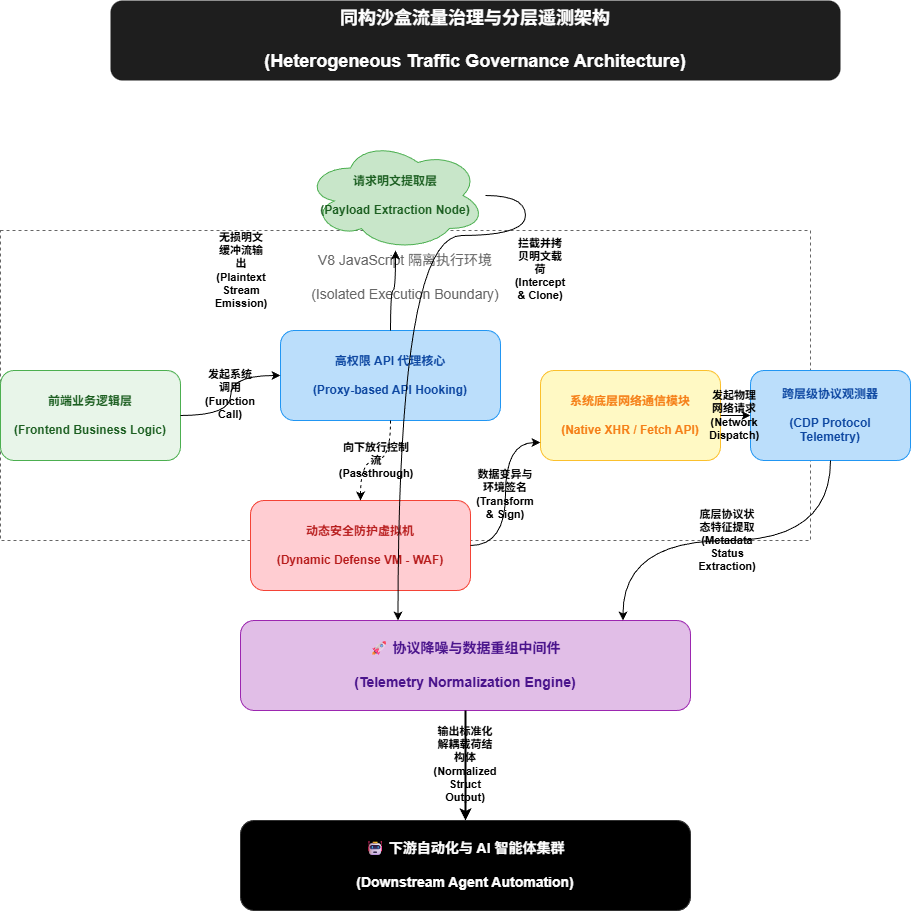
Earlier version of the draw.io export architecture_diagram_cn.png (xuange520/ruishu-mcp). Source tidied: cells renumbered, new cells last; positions are measured from the earlier drawing's top-left corner, leaving out a move shared by most shapes. Source of this version:
```xml
<mxGraphModel>
  <root>
    <mxCell id="0" />
    <mxCell id="1" parent="0" />
    <mxCell id="2" value="同构沙盒流量治理与分层遥测架构&lt;br&gt;&lt;br&gt;(Heterogeneous Traffic Governance Architecture)" style="rounded=1;fillColor=#1e1e1e;strokeColor=none;fontColor=#ffffff;fontSize=18;fontStyle=1;html=1;whiteSpace=wrap;spacing=10;labelBackgroundColor=none;" parent="1" vertex="1">
      <mxGeometry x="110" width="730" height="80" as="geometry" />
    </mxCell>
    <mxCell id="3" value="V8 JavaScript 隔离执行环境&lt;br&gt;&lt;br&gt;(Isolated Execution Boundary)" style="rounded=0;fillColor=none;strokeColor=#666666;dashed=1;fontSize=14;verticalAlign=top;spacingTop=15;fontColor=#666666;html=1;whiteSpace=wrap;labelBackgroundColor=none;" parent="1" vertex="1">
      <mxGeometry y="230" width="810" height="310" as="geometry" />
    </mxCell>
    <mxCell id="4" value="前端业务逻辑层&lt;br&gt;&lt;br&gt;(Frontend Business Logic)" style="rounded=1;fillColor=#E8F5E9;strokeColor=#4CAF50;fontColor=#1B5E20;fontStyle=1;html=1;whiteSpace=wrap;spacing=10;labelBackgroundColor=none;" parent="1" vertex="1">
      <mxGeometry y="370" width="180" height="90" as="geometry" />
    </mxCell>
    <mxCell id="5" value="高权限 API 代理核心&lt;br&gt;&lt;br&gt;(Proxy-based API Hooking)" style="rounded=1;fillColor=#BBDEFB;strokeColor=#2196F3;fontColor=#0D47A1;fontStyle=1;html=1;whiteSpace=wrap;spacing=10;labelBackgroundColor=none;" parent="1" vertex="1">
      <mxGeometry x="280" y="330" width="220" height="90" as="geometry" />
    </mxCell>
    <mxCell id="6" value="请求明文提取层&lt;br&gt;&lt;br&gt;(Payload Extraction Node)" style="ellipse;shape=cloud;fillColor=#C8E6C9;strokeColor=#4CAF50;fontColor=#1B5E20;fontStyle=1;html=1;whiteSpace=wrap;spacing=10;labelBackgroundColor=none;" parent="1" vertex="1">
      <mxGeometry x="305" y="140" width="180" height="110" as="geometry" />
    </mxCell>
    <mxCell id="7" value="动态安全防护虚拟机&lt;br&gt;&lt;br&gt;(Dynamic Defense VM - WAF)" style="rounded=1;fillColor=#FFCDD2;strokeColor=#F44336;fontColor=#B71C1C;fontStyle=1;html=1;whiteSpace=wrap;spacing=10;labelBackgroundColor=none;" parent="1" vertex="1">
      <mxGeometry x="250" y="500" width="220" height="90" as="geometry" />
    </mxCell>
    <mxCell id="8" value="系统底层网络通信模块&lt;br&gt;&lt;br&gt;(Native XHR / Fetch API)" style="rounded=1;fillColor=#FFF9C4;strokeColor=#FBC02D;fontColor=#F57F17;fontStyle=1;html=1;whiteSpace=wrap;spacing=10;labelBackgroundColor=none;" parent="1" vertex="1">
      <mxGeometry x="540" y="370" width="180" height="90" as="geometry" />
    </mxCell>
    <mxCell id="9" value="跨层级协议观测器&lt;br&gt;&lt;br&gt;(CDP Protocol Telemetry)" style="rounded=1;fillColor=#BBDEFB;strokeColor=#2196F3;fontColor=#0D47A1;fontStyle=1;html=1;whiteSpace=wrap;spacing=10;labelBackgroundColor=none;" parent="1" vertex="1">
      <mxGeometry x="750" y="370" width="160" height="90" as="geometry" />
    </mxCell>
    <mxCell id="10" value="🚀 协议降噪与数据重组中间件&lt;br&gt;&lt;br&gt;(Telemetry Normalization Engine)" style="rounded=1;fillColor=#E1BEE7;strokeColor=#9C27B0;fontColor=#4A148C;fontSize=14;fontStyle=1;html=1;whiteSpace=wrap;spacing=10;labelBackgroundColor=none;" parent="1" vertex="1">
      <mxGeometry x="240" y="620" width="450" height="90" as="geometry" />
    </mxCell>
    <mxCell id="11" value="🤖 下游自动化与 AI 智能体集群&lt;br&gt;&lt;br&gt;(Downstream Agent Automation)" style="rounded=1;fillColor=#000000;strokeColor=#333333;fontColor=#FFFFFF;fontSize=14;fontStyle=1;html=1;whiteSpace=wrap;spacing=10;labelBackgroundColor=none;" parent="1" vertex="1">
      <mxGeometry x="240" y="820" width="450" height="90" as="geometry" />
    </mxCell>
    <mxCell id="12" value="发起系统调用&lt;br&gt;(Function Call)" style="endArrow=classic;html=1;edgeStyle=orthogonalEdgeStyle;curved=1;fontSize=11;fontStyle=1;exitX=1;exitY=0.5;entryX=0;entryY=0.5;whiteSpace=wrap;labelBackgroundColor=none;" parent="1" edge="1" source="4" target="5">
      <mxGeometry relative="1" as="geometry" />
    </mxCell>
    <mxCell id="13" value="拦截并拷贝明文载荷&lt;br&gt;(Intercept &amp; Clone)" style="endArrow=classic;html=1;edgeStyle=orthogonalEdgeStyle;curved=1;fontSize=11;fontStyle=1;exitX=0.5;exitY=0;entryX=0.5;entryY=0.9;whiteSpace=wrap;labelBackgroundColor=none;" parent="1" edge="1" source="5" target="6">
      <mxGeometry x="0.53" y="-145" relative="1" as="geometry" />
    </mxCell>
    <mxCell id="14" value="向下放行控制流&lt;br&gt;(Passthrough)" style="endArrow=classic;html=1;edgeStyle=orthogonalEdgeStyle;curved=1;fontSize=11;fontStyle=1;exitX=0.5;exitY=1;entryX=0.5;entryY=0;dashed=1;whiteSpace=wrap;labelBackgroundColor=none;" parent="1" edge="1" source="5" target="7">
      <mxGeometry relative="1" as="geometry" />
    </mxCell>
    <mxCell id="15" value="数据变异与环境签名&lt;br&gt;(Transform &amp; Sign)" style="endArrow=classic;html=1;edgeStyle=orthogonalEdgeStyle;curved=1;fontSize=11;fontStyle=1;exitX=1;exitY=0.5;entryX=0;entryY=0.8;whiteSpace=wrap;labelBackgroundColor=none;" parent="1" edge="1" source="7" target="8">
      <mxGeometry relative="1" as="geometry" />
    </mxCell>
    <mxCell id="16" value="发起物理网络请求&lt;br&gt;(Network Dispatch)" style="endArrow=classic;html=1;edgeStyle=orthogonalEdgeStyle;curved=1;fontSize=11;fontStyle=1;exitX=1;exitY=0.5;entryX=0;entryY=0.5;whiteSpace=wrap;labelBackgroundColor=none;" parent="1" edge="1" source="8" target="9">
      <mxGeometry relative="1" as="geometry" />
    </mxCell>
    <mxCell id="17" value="无损明文缓冲流输出&lt;br&gt;(Plaintext Stream Emission)" style="endArrow=classic;html=1;edgeStyle=orthogonalEdgeStyle;curved=1;fontSize=11;fontStyle=1;exitX=1;exitY=0.5;entryX=0.35;entryY=0;whiteSpace=wrap;labelBackgroundColor=none;" parent="1" edge="1" source="6" target="10">
      <mxGeometry x="-0.18" y="-157" relative="1" as="geometry">
        <Array as="points">
          <mxPoint x="525" y="235" />
          <mxPoint x="398" y="235" />
        </Array>
      </mxGeometry>
    </mxCell>
    <mxCell id="18" value="底层协议状态特征提取&lt;br&gt;(Metadata Status Extraction)" style="endArrow=classic;html=1;edgeStyle=orthogonalEdgeStyle;curved=1;fontSize=11;fontStyle=1;exitX=0.5;exitY=1;entryX=0.85;entryY=0;whiteSpace=wrap;labelBackgroundColor=none;" parent="1" edge="1" source="9" target="10">
      <mxGeometry relative="1" as="geometry" />
    </mxCell>
    <mxCell id="19" value="输出标准化解耦载荷结构体&lt;br&gt;(Normalized Struct Output)" style="endArrow=classic;html=1;edgeStyle=orthogonalEdgeStyle;curved=1;fontSize=11;fontStyle=1;strokeWidth=2;exitX=0.5;exitY=1;entryX=0.5;entryY=0;whiteSpace=wrap;labelBackgroundColor=none;" parent="1" edge="1" source="10" target="11">
      <mxGeometry relative="1" as="geometry" />
    </mxCell>
  </root>
</mxGraphModel>
```
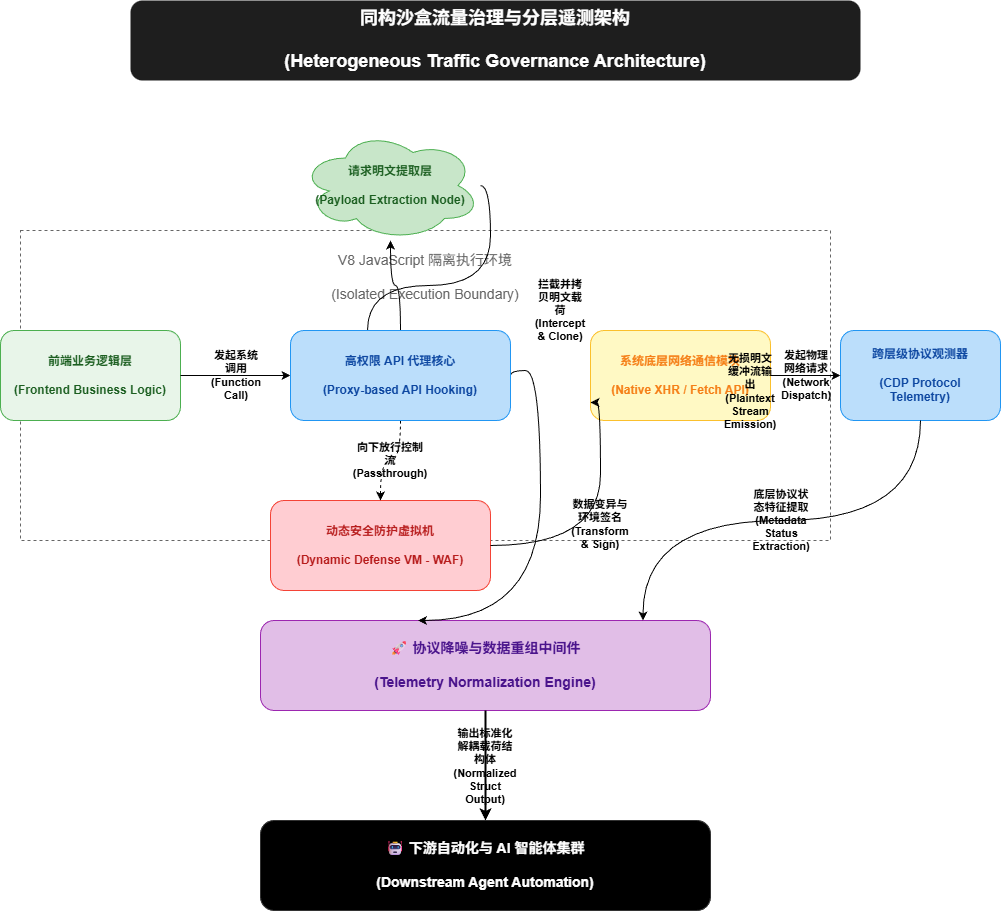
After the commit.

Commit message:
docs: 重新上传用户二次导出的调整版超大 PNG 架构图

Diff of the diagram source:
```diff
@@ -9,22 +9,19 @@
       <mxGeometry y="230" width="810" height="310" as="geometry" />
     </mxCell>
     <mxCell id="4" value="前端业务逻辑层&lt;br&gt;&lt;br&gt;(Frontend Business Logic)" style="rounded=1;fillColor=#E8F5E9;strokeColor=#4CAF50;fontColor=#1B5E20;fontStyle=1;html=1;whiteSpace=wrap;spacing=10;labelBackgroundColor=none;" parent="1" vertex="1">
-      <mxGeometry y="370" width="180" height="90" as="geometry" />
+      <mxGeometry x="-20" y="330" width="180" height="90" as="geometry" />
     </mxCell>
-    <mxCell id="5" value="高权限 API 代理核心&lt;br&gt;&lt;br&gt;(Proxy-based API Hooking)" style="rounded=1;fillColor=#BBDEFB;strokeColor=#2196F3;fontColor=#0D47A1;fontStyle=1;html=1;whiteSpace=wrap;spacing=10;labelBackgroundColor=none;" parent="1" vertex="1">
-      <mxGeometry x="280" y="330" width="220" height="90" as="geometry" />
-    </mxCell>
     <mxCell id="6" value="请求明文提取层&lt;br&gt;&lt;br&gt;(Payload Extraction Node)" style="ellipse;shape=cloud;fillColor=#C8E6C9;strokeColor=#4CAF50;fontColor=#1B5E20;fontStyle=1;html=1;whiteSpace=wrap;spacing=10;labelBackgroundColor=none;" parent="1" vertex="1">
-      <mxGeometry x="305" y="140" width="180" height="110" as="geometry" />
+      <mxGeometry x="280" y="130" width="180" height="110" as="geometry" />
     </mxCell>
     <mxCell id="7" value="动态安全防护虚拟机&lt;br&gt;&lt;br&gt;(Dynamic Defense VM - WAF)" style="rounded=1;fillColor=#FFCDD2;strokeColor=#F44336;fontColor=#B71C1C;fontStyle=1;html=1;whiteSpace=wrap;spacing=10;labelBackgroundColor=none;" parent="1" vertex="1">
       <mxGeometry x="250" y="500" width="220" height="90" as="geometry" />
     </mxCell>
     <mxCell id="8" value="系统底层网络通信模块&lt;br&gt;&lt;br&gt;(Native XHR / Fetch API)" style="rounded=1;fillColor=#FFF9C4;strokeColor=#FBC02D;fontColor=#F57F17;fontStyle=1;html=1;whiteSpace=wrap;spacing=10;labelBackgroundColor=none;" parent="1" vertex="1">
-      <mxGeometry x="540" y="370" width="180" height="90" as="geometry" />
+      <mxGeometry x="570" y="330" width="180" height="90" as="geometry" />
     </mxCell>
     <mxCell id="9" value="跨层级协议观测器&lt;br&gt;&lt;br&gt;(CDP Protocol Telemetry)" style="rounded=1;fillColor=#BBDEFB;strokeColor=#2196F3;fontColor=#0D47A1;fontStyle=1;html=1;whiteSpace=wrap;spacing=10;labelBackgroundColor=none;" parent="1" vertex="1">
-      <mxGeometry x="750" y="370" width="160" height="90" as="geometry" />
+      <mxGeometry x="820" y="330" width="160" height="90" as="geometry" />
     </mxCell>
     <mxCell id="10" value="🚀 协议降噪与数据重组中间件&lt;br&gt;&lt;br&gt;(Telemetry Normalization Engine)" style="rounded=1;fillColor=#E1BEE7;strokeColor=#9C27B0;fontColor=#4A148C;fontSize=14;fontStyle=1;html=1;whiteSpace=wrap;spacing=10;labelBackgroundColor=none;" parent="1" vertex="1">
       <mxGeometry x="240" y="620" width="450" height="90" as="geometry" />
@@ -36,23 +33,30 @@
       <mxGeometry relative="1" as="geometry" />
     </mxCell>
     <mxCell id="13" value="拦截并拷贝明文载荷&lt;br&gt;(Intercept &amp; Clone)" style="endArrow=classic;html=1;edgeStyle=orthogonalEdgeStyle;curved=1;fontSize=11;fontStyle=1;exitX=0.5;exitY=0;entryX=0.5;entryY=0.9;whiteSpace=wrap;labelBackgroundColor=none;" parent="1" edge="1" source="5" target="6">
-      <mxGeometry x="0.53" y="-145" relative="1" as="geometry" />
+      <mxGeometry x="-0.6" y="-160" relative="1" as="geometry" />
     </mxCell>
     <mxCell id="14" value="向下放行控制流&lt;br&gt;(Passthrough)" style="endArrow=classic;html=1;edgeStyle=orthogonalEdgeStyle;curved=1;fontSize=11;fontStyle=1;exitX=0.5;exitY=1;entryX=0.5;entryY=0;dashed=1;whiteSpace=wrap;labelBackgroundColor=none;" parent="1" edge="1" source="5" target="7">
-      <mxGeometry relative="1" as="geometry" />
+      <mxGeometry x="0.01" relative="1" as="geometry" />
     </mxCell>
     <mxCell id="15" value="数据变异与环境签名&lt;br&gt;(Transform &amp; Sign)" style="endArrow=classic;html=1;edgeStyle=orthogonalEdgeStyle;curved=1;fontSize=11;fontStyle=1;exitX=1;exitY=0.5;entryX=0;entryY=0.8;whiteSpace=wrap;labelBackgroundColor=none;" parent="1" edge="1" source="7" target="8">
-      <mxGeometry relative="1" as="geometry" />
+      <mxGeometry relative="1" as="geometry">
+        <Array as="points">
+          <mxPoint x="580" y="545" />
+          <mxPoint x="580" y="402" />
+        </Array>
+      </mxGeometry>
     </mxCell>
     <mxCell id="16" value="发起物理网络请求&lt;br&gt;(Network Dispatch)" style="endArrow=classic;html=1;edgeStyle=orthogonalEdgeStyle;curved=1;fontSize=11;fontStyle=1;exitX=1;exitY=0.5;entryX=0;entryY=0.5;whiteSpace=wrap;labelBackgroundColor=none;" parent="1" edge="1" source="8" target="9">
       <mxGeometry relative="1" as="geometry" />
     </mxCell>
-    <mxCell id="17" value="无损明文缓冲流输出&lt;br&gt;(Plaintext Stream Emission)" style="endArrow=classic;html=1;edgeStyle=orthogonalEdgeStyle;curved=1;fontSize=11;fontStyle=1;exitX=1;exitY=0.5;entryX=0.35;entryY=0;whiteSpace=wrap;labelBackgroundColor=none;" parent="1" edge="1" source="6" target="10">
-      <mxGeometry x="-0.18" y="-157" relative="1" as="geometry">
+    <mxCell id="17" value="无损明文缓冲流输出&lt;br&gt;(Plaintext Stream Emission)" style="endArrow=classic;html=1;edgeStyle=orthogonalEdgeStyle;curved=1;fontSize=11;fontStyle=1;exitX=1;exitY=0.5;entryX=0.35;entryY=0;whiteSpace=wrap;labelBackgroundColor=none;startArrow=none;" parent="1" edge="1" source="5" target="10">
+      <mxGeometry x="-0.72" y="210" relative="1" as="geometry">
         <Array as="points">
-          <mxPoint x="525" y="235" />
-          <mxPoint x="398" y="235" />
+          <mxPoint x="490" y="370" />
+          <mxPoint x="520" y="370" />
+          <mxPoint x="520" y="620" />
         </Array>
+        <mxPoint y="-1" as="offset" />
       </mxGeometry>
     </mxCell>
     <mxCell id="18" value="底层协议状态特征提取&lt;br&gt;(Metadata Status Extraction)" style="endArrow=classic;html=1;edgeStyle=orthogonalEdgeStyle;curved=1;fontSize=11;fontStyle=1;exitX=0.5;exitY=1;entryX=0.85;entryY=0;whiteSpace=wrap;labelBackgroundColor=none;" parent="1" edge="1" source="9" target="10">
@@ -61,5 +65,11 @@
     <mxCell id="19" value="输出标准化解耦载荷结构体&lt;br&gt;(Normalized Struct Output)" style="endArrow=classic;html=1;edgeStyle=orthogonalEdgeStyle;curved=1;fontSize=11;fontStyle=1;strokeWidth=2;exitX=0.5;exitY=1;entryX=0.5;entryY=0;whiteSpace=wrap;labelBackgroundColor=none;" parent="1" edge="1" source="10" target="11">
       <mxGeometry relative="1" as="geometry" />
     </mxCell>
+    <mxCell id="20" style="endArrow=none;html=1;edgeStyle=orthogonalEdgeStyle;curved=1;fontSize=11;fontStyle=1;exitX=1;exitY=0.5;entryX=0.35;entryY=0;whiteSpace=wrap;labelBackgroundColor=none;" parent="1" edge="1" source="6" target="5">
+      <mxGeometry x="-0.18" y="-157" relative="1" as="geometry" />
+    </mxCell>
+    <mxCell id="5" value="高权限 API 代理核心&lt;br&gt;&lt;br&gt;(Proxy-based API Hooking)" style="rounded=1;fillColor=#BBDEFB;strokeColor=#2196F3;fontColor=#0D47A1;fontStyle=1;html=1;whiteSpace=wrap;spacing=10;labelBackgroundColor=none;" parent="1" vertex="1">
+      <mxGeometry x="270" y="330" width="220" height="90" as="geometry" />
+    </mxCell>
   </root>
 </mxGraphModel>
```
